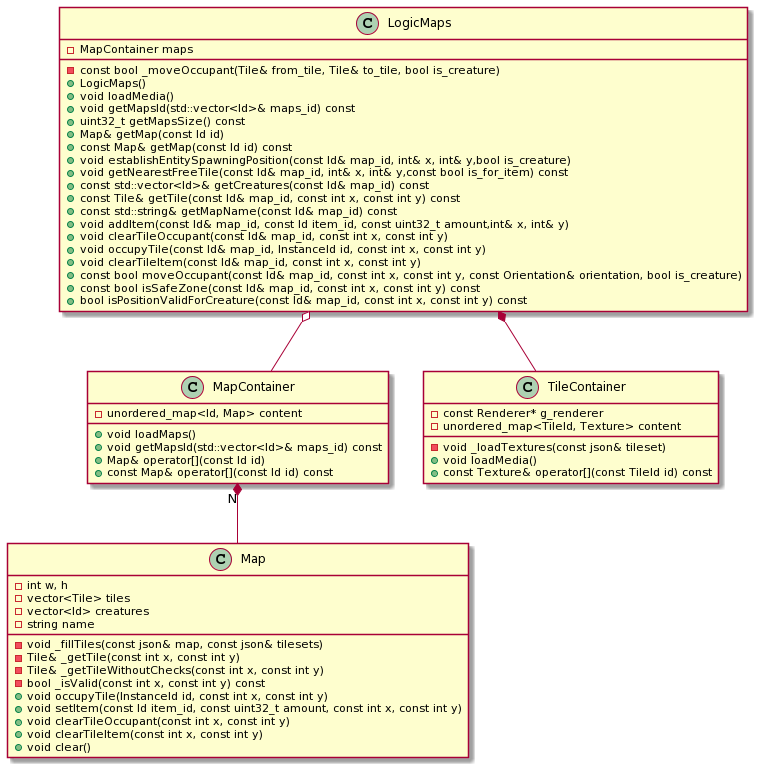
mauro7x/argentum keeps this PlantUML diagram as docs/assets/reference_manual/server/logic_maps.png. Above is the earlier version.
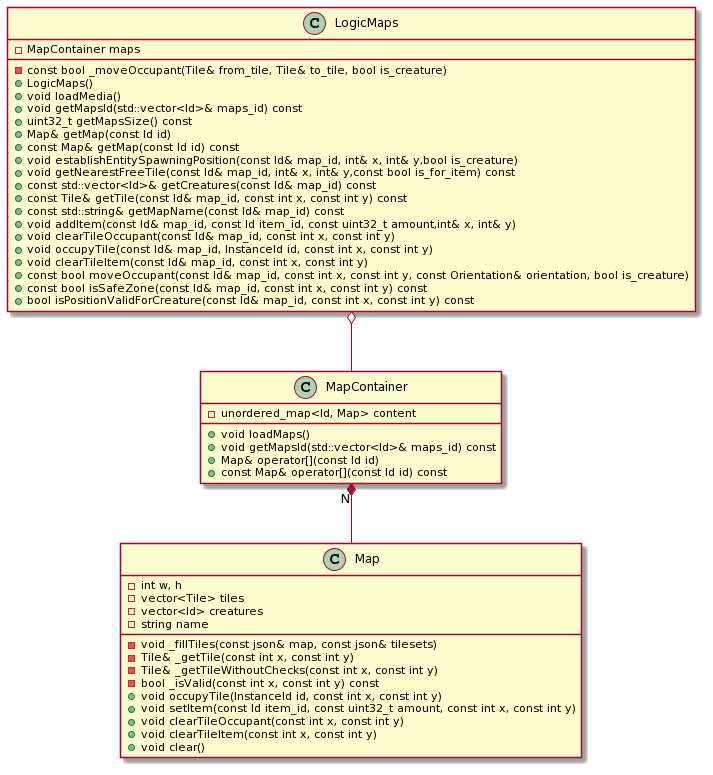
Above is the later version.

Commit message:
modifique un error del diagrama

Change to the diagram source:
```diff
@@ -49,17 +49,8 @@
 +void clear()
 }
 
-class TileContainer {
--const Renderer* g_renderer
--unordered_map<TileId, Texture> content
-
--void _loadTextures(const json& tileset)
-+void loadMedia()
-+const Texture& operator[](const TileId id) const
-}
 
 
-LogicMaps *-- TileContainer
 LogicMaps o-- MapContainer
 MapContainer "N" *-- Map
 @enduml
```
